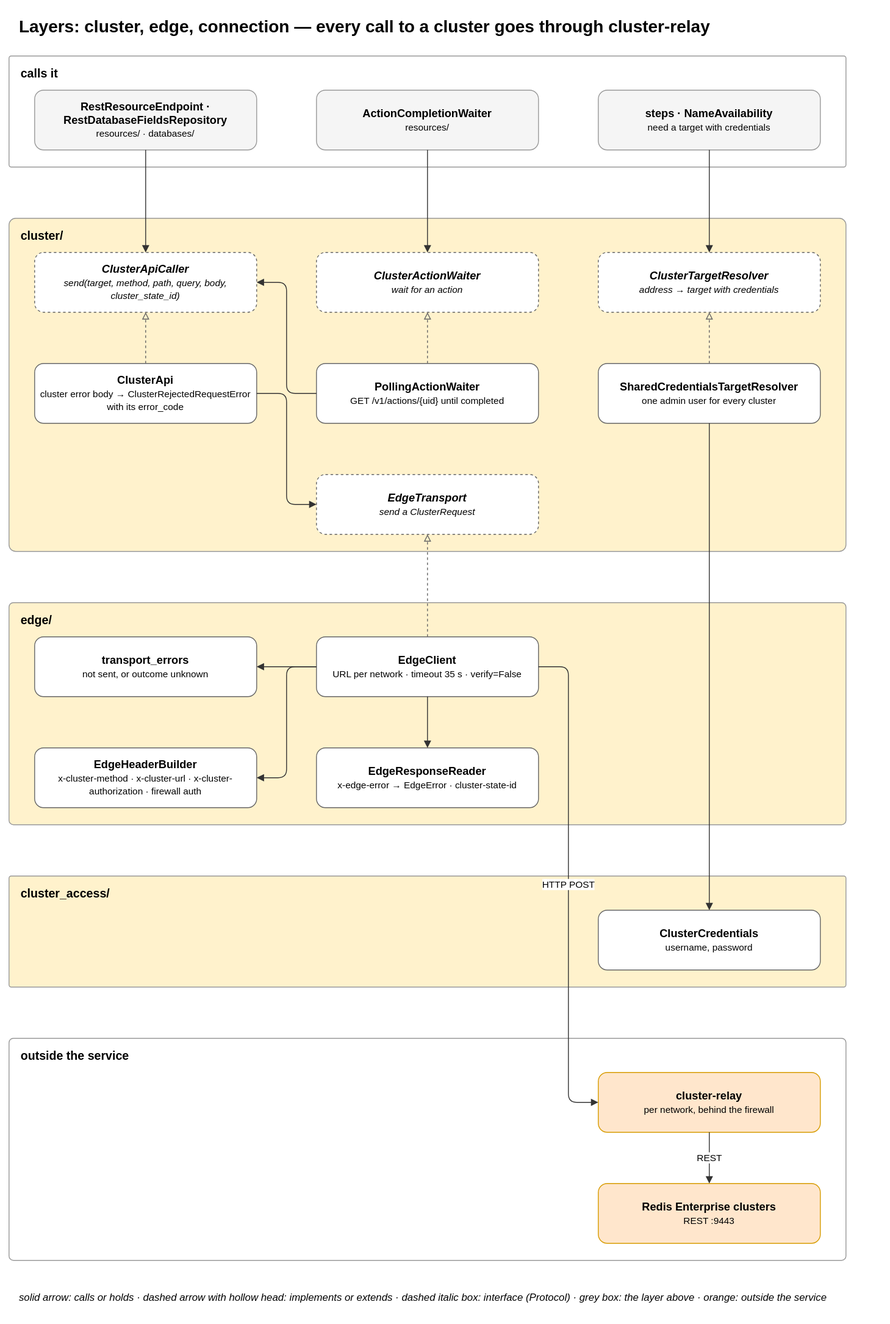
This is docs/diagrams/08-layer-transport.drawio.svg from EliShteinman/redis-enterprise-services, a draw.io export, as it was before one commit. Source tidied: cells renumbered, new cells last; positions are measured from the earlier drawing's top-left corner, leaving out a move shared by most shapes.
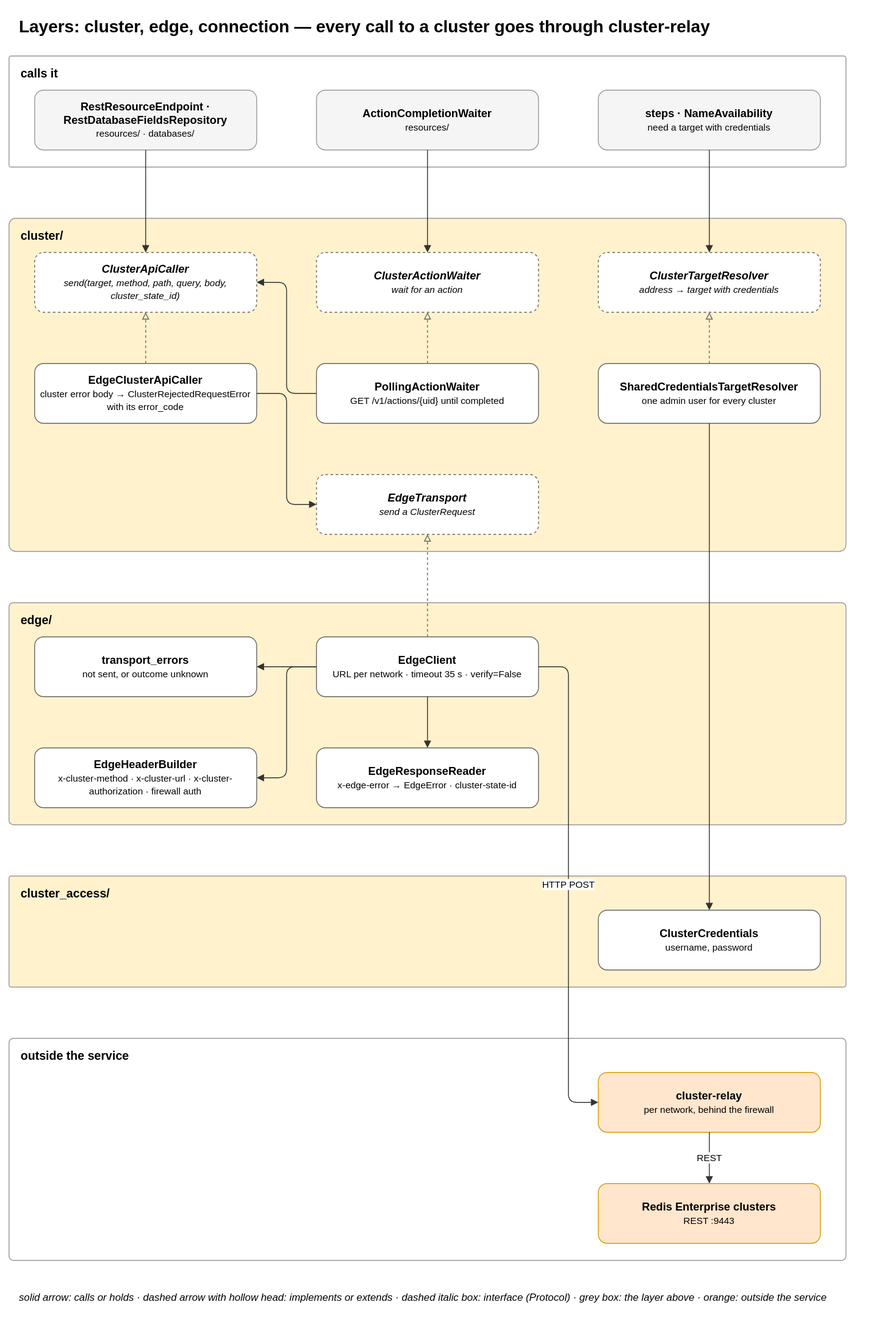
After the commit.

Diff of the diagram source:
```diff
@@ -29,7 +29,7 @@
     <mxCell id="10" value="&lt;b&gt;ClusterTargetResolver&lt;/b&gt;&lt;br&gt;&lt;font style='font-size:11px'&gt;address → target with credentials&lt;/font&gt;" style="rounded=1;whiteSpace=wrap;html=1;fillColor=#ffffff;strokeColor=#666666;fontSize=13;dashed=1;fontStyle=2;" parent="1" vertex="1">
       <mxGeometry x="690" y="285" width="260" height="70" as="geometry" />
     </mxCell>
-    <mxCell id="11" value="&lt;b&gt;ClusterApi&lt;/b&gt;&lt;br&gt;&lt;font style='font-size:11px'&gt;cluster error body → ClusterRejectedRequestError with its error_code&lt;/font&gt;" style="rounded=1;whiteSpace=wrap;html=1;fillColor=#ffffff;strokeColor=#666666;fontSize=13;" parent="1" vertex="1">
+    <mxCell id="11" value="&lt;b&gt;EdgeClusterApiCaller&lt;/b&gt;&lt;br&gt;&lt;font style='font-size:11px'&gt;cluster error body → ClusterRejectedRequestError with its error_code&lt;/font&gt;" style="rounded=1;whiteSpace=wrap;html=1;fillColor=#ffffff;strokeColor=#666666;fontSize=13;" parent="1" vertex="1">
       <mxGeometry x="30" y="415" width="260" height="70" as="geometry" />
     </mxCell>
     <mxCell id="12" value="&lt;b&gt;PollingActionWaiter&lt;/b&gt;&lt;br&gt;&lt;font style='font-size:11px'&gt;GET /v1/actions/{uid} until completed&lt;/font&gt;" style="rounded=1;whiteSpace=wrap;html=1;fillColor=#ffffff;strokeColor=#666666;fontSize=13;" parent="1" vertex="1">
```
